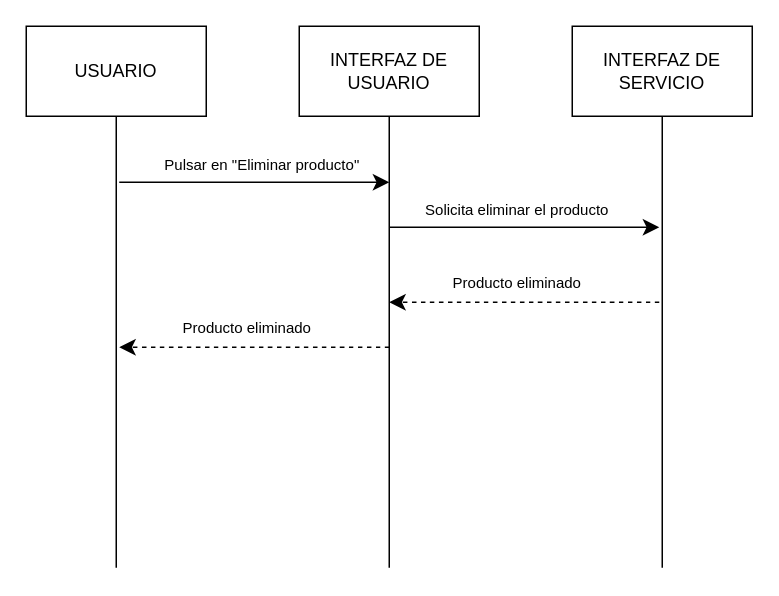
Above: diagrams/secuencia/DS-018.drawio in ClaudiaOviedoGovantes/ComercialPostigo (draw.io), before the change. Source tidied: cells renumbered, new cells numbered last; positions are measured from the earlier drawing's top-left corner, leaving out a move shared by most shapes. Both pictures are drawn from the tidied source at 150%, with x=0, y=0 at pixel (26, 26).
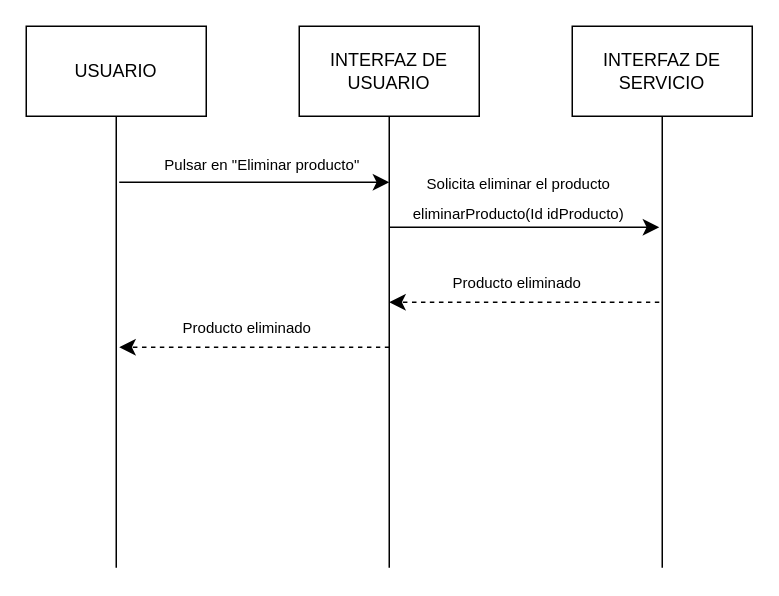
The same page after the edit.

What changed in the source:
```diff
@@
-    <mxCell id="11" value="&lt;font style=&quot;font-size: 10px;&quot;&gt;Solicita eliminar el producto&lt;/font&gt;" style="text;html=1;align=center;verticalAlign=middle;strokeColor=none;fillColor=none;fontSize=16;" parent="1" vertex="1">
-      <mxGeometry x="252" y="105" width="150" height="30" as="geometry" />
+    <mxCell id="11" value="&lt;font style=&quot;font-size: 10px;&quot;&gt;Solicita eliminar el producto&lt;/font&gt;&lt;div&gt;&lt;font style=&quot;&quot;&gt;&lt;span style=&quot;font-size: 10px;&quot;&gt;eliminarProducto(Id idProducto)&lt;/span&gt;&lt;/font&gt;&lt;/div&gt;" style="text;html=1;align=center;verticalAlign=middle;strokeColor=none;fillColor=none;fontSize=16;" parent="1" vertex="1">
+      <mxGeometry x="248" y="88" width="159" height="50" as="geometry" />
     </mxCell>
```
